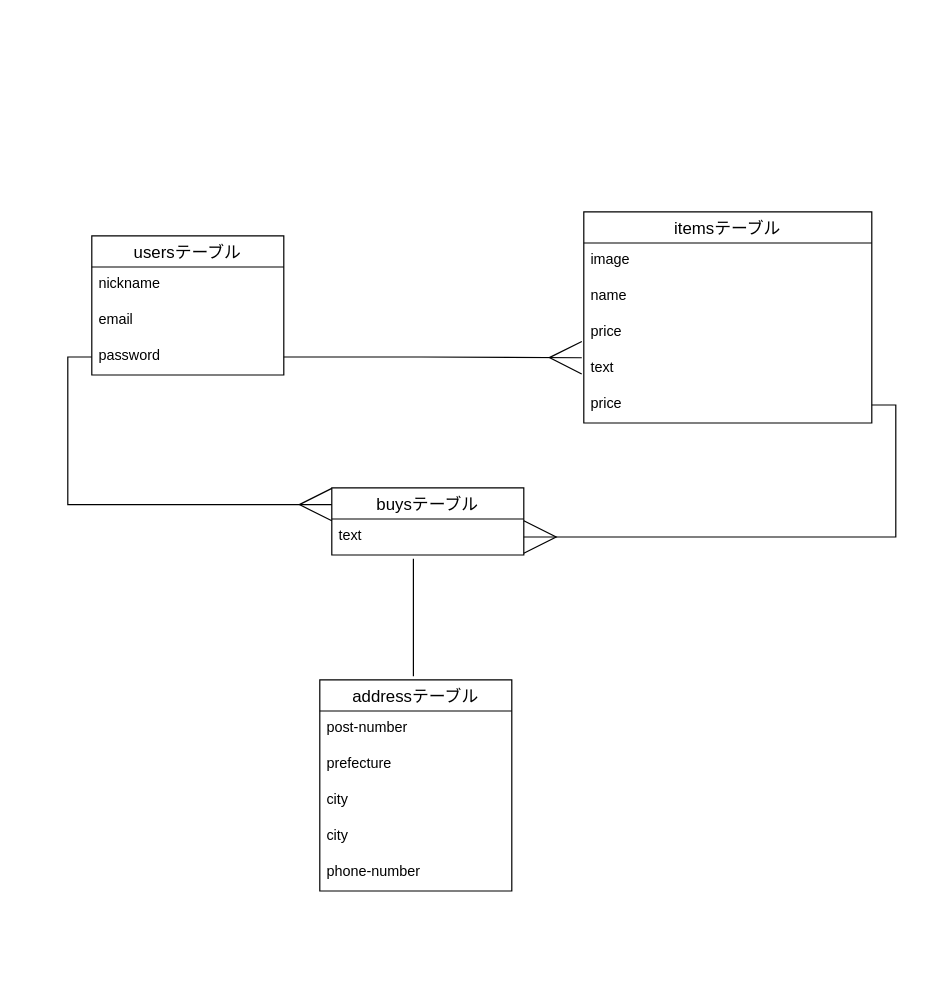
Earlier version of the draw.io diagram test.dio (ryushin0316/furima-33389). Source tidied: cells renumbered, new cells numbered last; positions are measured from the earlier drawing's top-left corner, leaving out a move shared by most shapes. Both pictures are drawn from the tidied source at 120%, with x=0, y=0 at pixel (91, 211).
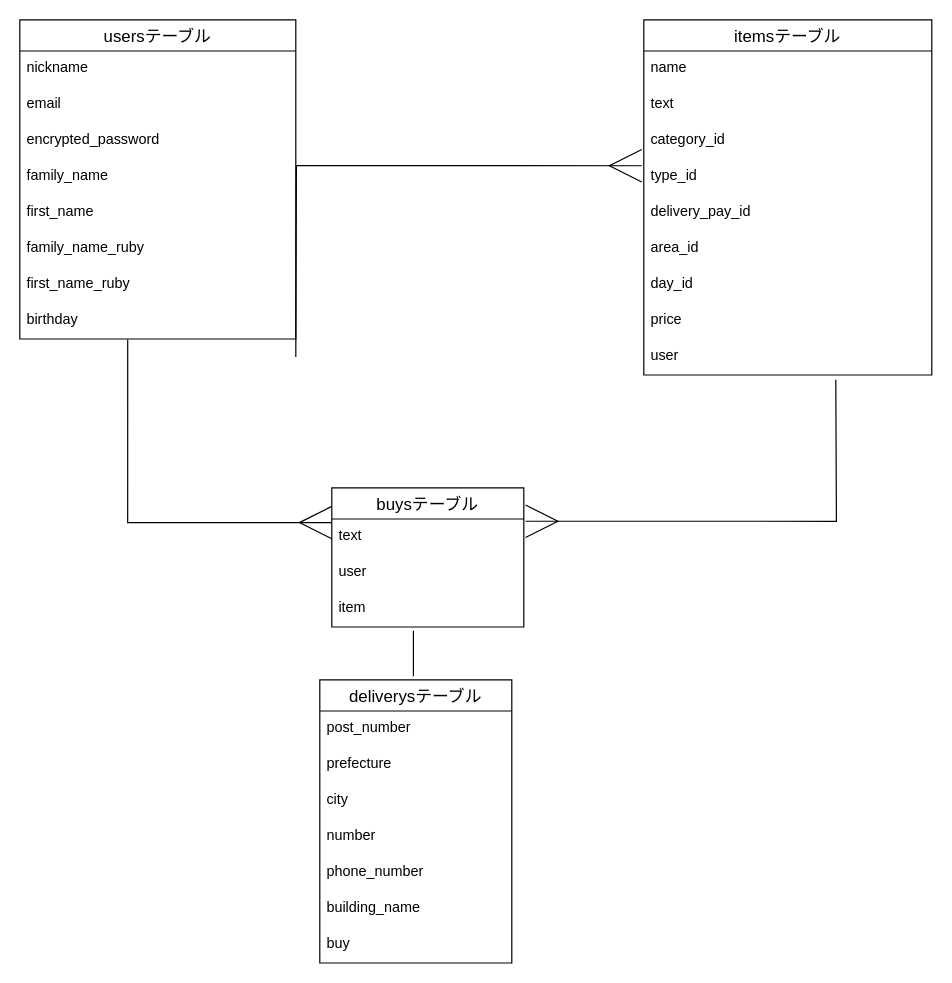
The same page after the edit.

What changed in the source:
```diff
@@
     <mxCell id="2" value="usersテーブル" style="swimlane;fontStyle=0;horizontal=1;startSize=26;align=center;fontSize=14;" parent="1" vertex="1">
-      <mxGeometry y="20" width="160" height="116" as="geometry" />
+      <mxGeometry x="-60" y="-160" width="230" height="266" as="geometry" />
     </mxCell>
     <mxCell id="3" value="nickname" style="text;strokeColor=none;fillColor=none;spacingLeft=4;spacingRight=4;overflow=hidden;fontSize=12;" parent="2" vertex="1">
-      <mxGeometry y="26" width="160" height="30" as="geometry" />
+      <mxGeometry y="26" width="230" height="30" as="geometry" />
     </mxCell>
+    <mxCell id="24" value="email" style="text;strokeColor=none;fillColor=none;spacingLeft=4;spacingRight=4;overflow=hidden;fontSize=12;" parent="2" vertex="1">
+      <mxGeometry y="56" width="230" height="30" as="geometry" />
+    </mxCell>
+    <mxCell id="25" value="encrypted_password" style="text;strokeColor=none;fillColor=none;spacingLeft=4;spacingRight=4;overflow=hidden;fontSize=12;" parent="2" vertex="1">
+      <mxGeometry y="86" width="230" height="30" as="geometry" />
+    </mxCell>
+    <mxCell id="26" value="family_name" style="text;strokeColor=none;fillColor=none;spacingLeft=4;spacingRight=4;overflow=hidden;fontSize=12;" parent="2" vertex="1">
+      <mxGeometry y="116" width="230" height="30" as="geometry" />
+    </mxCell>
+    <mxCell id="27" value="first_name" style="text;strokeColor=none;fillColor=none;spacingLeft=4;spacingRight=4;overflow=hidden;fontSize=12;" parent="2" vertex="1">
+      <mxGeometry y="146" width="230" height="30" as="geometry" />
+    </mxCell>
+    <mxCell id="28" value="family_name_ruby" style="text;strokeColor=none;fillColor=none;spacingLeft=4;spacingRight=4;overflow=hidden;fontSize=12;" parent="2" vertex="1">
+      <mxGeometry y="176" width="230" height="30" as="geometry" />
+    </mxCell>
+    <mxCell id="29" value="first_name_ruby" style="text;strokeColor=none;fillColor=none;spacingLeft=4;spacingRight=4;overflow=hidden;fontSize=12;" parent="2" vertex="1">
+      <mxGeometry y="206" width="230" height="30" as="geometry" />
+    </mxCell>
-    <mxCell id="4" value="email" style="text;strokeColor=none;fillColor=none;spacingLeft=4;spacingRight=4;overflow=hidden;points=[[0,0.5],[1,0.5]];portConstraint=eastwest;fontSize=12;" parent="2" vertex="1">
-      <mxGeometry y="56" width="160" height="30" as="geometry" />
+    <mxCell id="4" value="birthday" style="text;strokeColor=none;fillColor=none;spacingLeft=4;spacingRight=4;overflow=hidden;points=[[0,0.5],[1,0.5]];portConstraint=eastwest;fontSize=12;" parent="2" vertex="1">
+      <mxGeometry y="236" width="230" height="30" as="geometry" />
     </mxCell>
-    <mxCell id="5" value="password" style="text;strokeColor=none;fillColor=none;spacingLeft=4;spacingRight=4;overflow=hidden;points=[[0,0.5],[1,0.5]];portConstraint=eastwest;fontSize=12;" parent="2" vertex="1">
-      <mxGeometry y="86" width="160" height="30" as="geometry" />
-    </mxCell>
     <mxCell id="6" value="itemsテーブル" style="swimlane;fontStyle=0;horizontal=1;startSize=26;align=center;fontSize=14;" parent="1" vertex="1">
-      <mxGeometry x="410" width="240" height="176" as="geometry" />
+      <mxGeometry x="460" y="-160" width="240" height="296" as="geometry" />
     </mxCell>
-    <mxCell id="7" value="image" style="text;strokeColor=none;fillColor=none;spacingLeft=4;spacingRight=4;overflow=hidden;fontSize=12;" parent="6" vertex="1">
+    <mxCell id="7" value="name" style="text;strokeColor=none;fillColor=none;spacingLeft=4;spacingRight=4;overflow=hidden;fontSize=12;" parent="6" vertex="1">
       <mxGeometry y="26" width="240" height="30" as="geometry" />
     </mxCell>
-    <mxCell id="8" value="name" style="text;strokeColor=none;fillColor=none;spacingLeft=4;spacingRight=4;overflow=hidden;fontSize=12;" parent="6" vertex="1">
+    <mxCell id="8" value="text" style="text;strokeColor=none;fillColor=none;spacingLeft=4;spacingRight=4;overflow=hidden;fontSize=12;" parent="6" vertex="1">
       <mxGeometry y="56" width="240" height="30" as="geometry" />
     </mxCell>
-    <mxCell id="9" value="price" style="text;strokeColor=none;fillColor=none;spacingLeft=4;spacingRight=4;overflow=hidden;fontSize=12;" parent="6" vertex="1">
+    <mxCell id="9" value="category_id" style="text;strokeColor=none;fillColor=none;spacingLeft=4;spacingRight=4;overflow=hidden;fontSize=12;" parent="6" vertex="1">
       <mxGeometry y="86" width="240" height="30" as="geometry" />
     </mxCell>
-    <mxCell id="10" value="text" style="text;strokeColor=none;fillColor=none;spacingLeft=4;spacingRight=4;overflow=hidden;points=[[0,0.5],[1,0.5]];portConstraint=eastwest;fontSize=12;" parent="6" vertex="1">
+    <mxCell id="10" value="type_id" style="text;strokeColor=none;fillColor=none;spacingLeft=4;spacingRight=4;overflow=hidden;points=[[0,0.5],[1,0.5]];portConstraint=eastwest;fontSize=12;" parent="6" vertex="1">
       <mxGeometry y="116" width="240" height="30" as="geometry" />
     </mxCell>
-    <mxCell id="11" value="price" style="text;strokeColor=none;fillColor=none;spacingLeft=4;spacingRight=4;overflow=hidden;points=[[0,0.5],[1,0.5]];portConstraint=eastwest;fontSize=12;" parent="6" vertex="1">
+    <mxCell id="11" value="delivery_pay_id" style="text;strokeColor=none;fillColor=none;spacingLeft=4;spacingRight=4;overflow=hidden;points=[[0,0.5],[1,0.5]];portConstraint=eastwest;fontSize=12;" parent="6" vertex="1">
       <mxGeometry y="146" width="240" height="30" as="geometry" />
     </mxCell>
+    <mxCell id="30" value="area_id" style="text;strokeColor=none;fillColor=none;spacingLeft=4;spacingRight=4;overflow=hidden;fontSize=12;" parent="6" vertex="1">
+      <mxGeometry y="176" width="240" height="30" as="geometry" />
+    </mxCell>
+    <mxCell id="31" value="day_id" style="text;strokeColor=none;fillColor=none;spacingLeft=4;spacingRight=4;overflow=hidden;fontSize=12;" parent="6" vertex="1">
+      <mxGeometry y="206" width="240" height="30" as="geometry" />
+    </mxCell>
+    <mxCell id="32" value="price" style="text;strokeColor=none;fillColor=none;spacingLeft=4;spacingRight=4;overflow=hidden;fontSize=12;" parent="6" vertex="1">
+      <mxGeometry y="236" width="240" height="30" as="geometry" />
+    </mxCell>
+    <mxCell id="33" value="user" style="text;strokeColor=none;fillColor=none;spacingLeft=4;spacingRight=4;overflow=hidden;fontSize=12;" parent="6" vertex="1">
+      <mxGeometry y="266" width="240" height="30" as="geometry" />
+    </mxCell>
     <mxCell id="12" value="buysテーブル" style="swimlane;fontStyle=0;horizontal=1;startSize=26;align=center;fontSize=14;" parent="1" vertex="1">
-      <mxGeometry x="200" y="230" width="160" height="56" as="geometry" />
+      <mxGeometry x="200" y="230" width="160" height="116" as="geometry" />
     </mxCell>
+    <mxCell id="34" value="text" style="text;strokeColor=none;fillColor=none;spacingLeft=4;spacingRight=4;overflow=hidden;points=[[0,0.5],[1,0.5]];portConstraint=eastwest;fontSize=12;" parent="12" vertex="1">
+      <mxGeometry y="26" width="160" height="30" as="geometry" />
+    </mxCell>
+    <mxCell id="35" value="user" style="text;strokeColor=none;fillColor=none;spacingLeft=4;spacingRight=4;overflow=hidden;fontSize=12;" parent="12" vertex="1">
+      <mxGeometry y="56" width="160" height="30" as="geometry" />
+    </mxCell>
-    <mxCell id="13" value="text" style="text;strokeColor=none;fillColor=none;spacingLeft=4;spacingRight=4;overflow=hidden;points=[[0,0.5],[1,0.5]];portConstraint=eastwest;fontSize=12;" parent="12" vertex="1">
-      <mxGeometry y="26" width="160" height="30" as="geometry" />
+    <mxCell id="13" value="item" style="text;strokeColor=none;fillColor=none;spacingLeft=4;spacingRight=4;overflow=hidden;points=[[0,0.5],[1,0.5]];portConstraint=eastwest;fontSize=12;" parent="12" vertex="1">
+      <mxGeometry y="86" width="160" height="30" as="geometry" />
     </mxCell>
-    <mxCell id="14" value="addressテーブル" style="swimlane;fontStyle=0;horizontal=1;startSize=26;align=center;fontSize=14;" parent="1" vertex="1">
-      <mxGeometry x="190" y="390" width="160" height="176" as="geometry" />
+    <mxCell id="14" value="deliverysテーブル" style="swimlane;fontStyle=0;horizontal=1;startSize=26;align=center;fontSize=14;" parent="1" vertex="1">
+      <mxGeometry x="190" y="390" width="160" height="236" as="geometry" />
     </mxCell>
-    <mxCell id="15" value="post-number" style="text;strokeColor=none;fillColor=none;spacingLeft=4;spacingRight=4;overflow=hidden;fontSize=12;" parent="14" vertex="1">
+    <mxCell id="15" value="post_number" style="text;strokeColor=none;fillColor=none;spacingLeft=4;spacingRight=4;overflow=hidden;fontSize=12;" parent="14" vertex="1">
       <mxGeometry y="26" width="160" height="30" as="geometry" />
     </mxCell>
@@
+    <mxCell id="36" value="number" style="text;strokeColor=none;fillColor=none;spacingLeft=4;spacingRight=4;overflow=hidden;fontSize=12;" parent="14" vertex="1">
+      <mxGeometry y="116" width="160" height="30" as="geometry" />
+    </mxCell>
-    <mxCell id="18" value="city" style="text;strokeColor=none;fillColor=none;spacingLeft=4;spacingRight=4;overflow=hidden;fontSize=12;" parent="14" vertex="1">
-      <mxGeometry y="116" width="160" height="30" as="geometry" />
+    <mxCell id="18" value="phone_number" style="text;strokeColor=none;fillColor=none;spacingLeft=4;spacingRight=4;overflow=hidden;fontSize=12;" parent="14" vertex="1">
+      <mxGeometry y="146" width="160" height="30" as="geometry" />
     </mxCell>
+    <mxCell id="37" value="building_name" style="text;strokeColor=none;fillColor=none;spacingLeft=4;spacingRight=4;overflow=hidden;fontSize=12;" parent="14" vertex="1">
+      <mxGeometry y="176" width="160" height="30" as="geometry" />
+    </mxCell>
-    <mxCell id="19" value="phone-number" style="text;strokeColor=none;fillColor=none;spacingLeft=4;spacingRight=4;overflow=hidden;fontSize=12;" parent="14" vertex="1">
-      <mxGeometry y="146" width="160" height="30" as="geometry" />
+    <mxCell id="19" value="buy" style="text;strokeColor=none;fillColor=none;spacingLeft=4;spacingRight=4;overflow=hidden;fontSize=12;" parent="14" vertex="1">
+      <mxGeometry y="206" width="160" height="30" as="geometry" />
     </mxCell>
@@
-    <mxCell id="21" style="edgeStyle=orthogonalEdgeStyle;rounded=0;jumpSize=16;jettySize=auto;html=1;exitX=1;exitY=0.5;exitDx=0;exitDy=0;entryX=-0.007;entryY=0.187;entryDx=0;entryDy=0;entryPerimeter=0;endArrow=ERmany;endFill=0;endSize=25;" parent="1" edge="1" source="5" target="10">
-      <mxGeometry relative="1" as="geometry" />
+    <mxCell id="21" style="edgeStyle=orthogonalEdgeStyle;rounded=0;jumpSize=16;jettySize=auto;html=1;exitX=1;exitY=0.5;exitDx=0;exitDy=0;entryX=-0.007;entryY=0.187;entryDx=0;entryDy=0;entryPerimeter=0;endArrow=ERmany;endFill=0;endSize=25;" parent="1" edge="1" target="10">
+      <mxGeometry relative="1" as="geometry">
+        <mxPoint x="170" y="121" as="sourcePoint" />
+      </mxGeometry>
     </mxCell>
-    <mxCell id="22" style="edgeStyle=orthogonalEdgeStyle;rounded=0;jumpSize=16;jettySize=auto;html=1;exitX=1;exitY=0.5;exitDx=0;exitDy=0;endArrow=ERmany;endFill=0;endSize=25;" parent="1" edge="1" source="11" target="13">
-      <mxGeometry relative="1" as="geometry" />
+    <mxCell id="22" style="edgeStyle=orthogonalEdgeStyle;rounded=0;jumpSize=16;jettySize=auto;html=1;endArrow=ERmany;endFill=0;endSize=25;entryX=1.009;entryY=0.062;entryDx=0;entryDy=0;entryPerimeter=0;" parent="1" edge="1" target="34">
+      <mxGeometry relative="1" as="geometry">
+        <mxPoint x="620" y="140" as="sourcePoint" />
+      </mxGeometry>
     </mxCell>
-    <mxCell id="23" style="edgeStyle=orthogonalEdgeStyle;rounded=0;jumpSize=16;jettySize=auto;html=1;exitX=0;exitY=0.5;exitDx=0;exitDy=0;entryX=0;entryY=0.25;entryDx=0;entryDy=0;endArrow=ERmany;endFill=0;endSize=25;" parent="1" edge="1" source="5" target="12">
+    <mxCell id="23" style="edgeStyle=orthogonalEdgeStyle;rounded=0;jumpSize=16;jettySize=auto;html=1;exitX=0.391;exitY=1.014;exitDx=0;exitDy=0;entryX=0;entryY=0.25;entryDx=0;entryDy=0;endArrow=ERmany;endFill=0;endSize=25;exitPerimeter=0;" parent="1" edge="1" source="4" target="12">
       <mxGeometry relative="1" as="geometry" />
     </mxCell>
```
